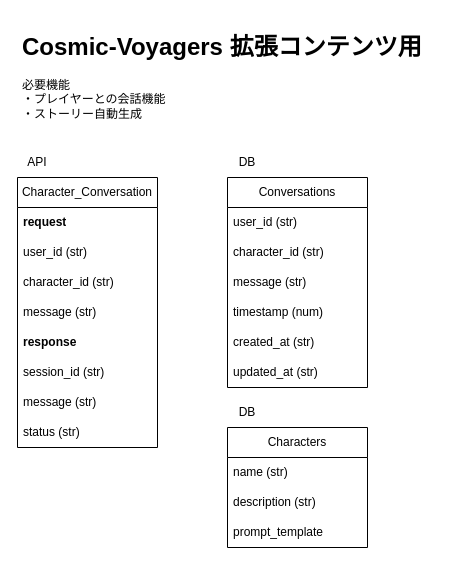
This is map.drawio from AntiInsufficientSleep/Cosmic-Voyagers-backend, a draw.io file, before an edit. Source tidied: cells renumbered, new cells numbered last; positions are measured from the earlier drawing's top-left corner, leaving out a move shared by most shapes. Both pictures are drawn from the tidied source at 100%, with x=0, y=0 at pixel (17, 27).
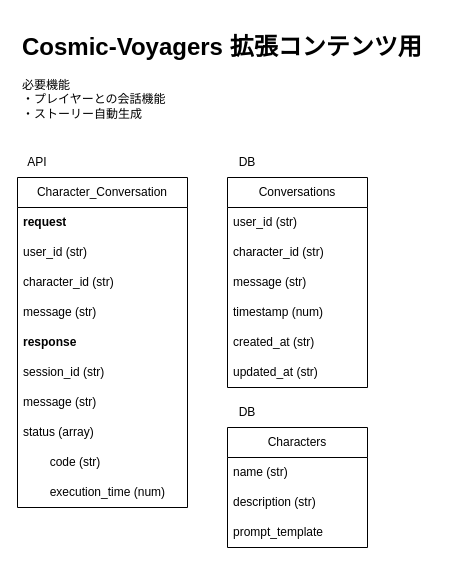
The same diagram, later.

What changed in the source:
```diff
@@
     <mxCell id="4" value="Character_Conversation" style="swimlane;fontStyle=0;horizontal=1;startSize=30;whiteSpace=wrap;html=1;" parent="1" vertex="1">
-      <mxGeometry y="150" width="140" height="270" as="geometry" />
+      <mxGeometry y="150" width="170" height="330" as="geometry" />
     </mxCell>
     <mxCell id="5" value="&lt;b&gt;request&lt;/b&gt;" style="text;strokeColor=none;fillColor=none;align=left;verticalAlign=middle;spacingLeft=4;spacingRight=4;overflow=hidden;whiteSpace=wrap;html=1;" parent="4" vertex="1">
-      <mxGeometry y="30" width="140" height="30" as="geometry" />
+      <mxGeometry y="30" width="170" height="30" as="geometry" />
     </mxCell>
     <mxCell id="6" value="user_id (str)" style="text;strokeColor=none;fillColor=none;align=left;verticalAlign=middle;spacingLeft=4;spacingRight=4;overflow=hidden;whiteSpace=wrap;html=1;" parent="4" vertex="1">
-      <mxGeometry y="60" width="140" height="30" as="geometry" />
+      <mxGeometry y="60" width="170" height="30" as="geometry" />
     </mxCell>
     <mxCell id="7" value="character_id (str)" style="text;strokeColor=none;fillColor=none;align=left;verticalAlign=middle;spacingLeft=4;spacingRight=4;overflow=hidden;whiteSpace=wrap;html=1;" parent="4" vertex="1">
-      <mxGeometry y="90" width="140" height="30" as="geometry" />
+      <mxGeometry y="90" width="170" height="30" as="geometry" />
     </mxCell>
     <mxCell id="8" value="message (str)" style="text;strokeColor=none;fillColor=none;align=left;verticalAlign=middle;spacingLeft=4;spacingRight=4;overflow=hidden;whiteSpace=wrap;html=1;" parent="4" vertex="1">
-      <mxGeometry y="120" width="140" height="30" as="geometry" />
+      <mxGeometry y="120" width="170" height="30" as="geometry" />
     </mxCell>
     <mxCell id="9" value="&lt;b&gt;response&lt;/b&gt;" style="text;strokeColor=none;fillColor=none;align=left;verticalAlign=middle;spacingLeft=4;spacingRight=4;overflow=hidden;whiteSpace=wrap;html=1;" parent="4" vertex="1">
-      <mxGeometry y="150" width="140" height="30" as="geometry" />
+      <mxGeometry y="150" width="170" height="30" as="geometry" />
     </mxCell>
     <mxCell id="10" value="session_id (str)" style="text;strokeColor=none;fillColor=none;align=left;verticalAlign=middle;spacingLeft=4;spacingRight=4;overflow=hidden;whiteSpace=wrap;html=1;" parent="4" vertex="1">
-      <mxGeometry y="180" width="140" height="30" as="geometry" />
+      <mxGeometry y="180" width="170" height="30" as="geometry" />
     </mxCell>
     <mxCell id="11" value="message (str)" style="text;strokeColor=none;fillColor=none;align=left;verticalAlign=middle;spacingLeft=4;spacingRight=4;overflow=hidden;whiteSpace=wrap;html=1;" parent="4" vertex="1">
-      <mxGeometry y="210" width="140" height="30" as="geometry" />
+      <mxGeometry y="210" width="170" height="30" as="geometry" />
     </mxCell>
-    <mxCell id="12" value="status (str)" style="text;strokeColor=none;fillColor=none;align=left;verticalAlign=middle;spacingLeft=4;spacingRight=4;overflow=hidden;whiteSpace=wrap;html=1;" parent="4" vertex="1">
-      <mxGeometry y="240" width="140" height="30" as="geometry" />
+    <mxCell id="12" value="status (array)" style="text;strokeColor=none;fillColor=none;align=left;verticalAlign=middle;spacingLeft=4;spacingRight=4;overflow=hidden;whiteSpace=wrap;html=1;" parent="4" vertex="1">
+      <mxGeometry y="240" width="170" height="30" as="geometry" />
     </mxCell>
+    <mxCell id="26" value="&lt;span style=&quot;white-space: pre;&quot;&gt;&#9;&lt;/span&gt;code (str)" style="text;strokeColor=none;fillColor=none;align=left;verticalAlign=middle;spacingLeft=4;spacingRight=4;overflow=hidden;whiteSpace=wrap;html=1;" parent="4" vertex="1">
+      <mxGeometry y="270" width="170" height="30" as="geometry" />
+    </mxCell>
+    <mxCell id="27" value="&lt;span style=&quot;white-space: pre;&quot;&gt;&#9;&lt;/span&gt;execution_time (num)" style="text;strokeColor=none;fillColor=none;align=left;verticalAlign=middle;spacingLeft=4;spacingRight=4;overflow=hidden;whiteSpace=wrap;html=1;" parent="4" vertex="1">
+      <mxGeometry y="300" width="170" height="30" as="geometry" />
+    </mxCell>
```
